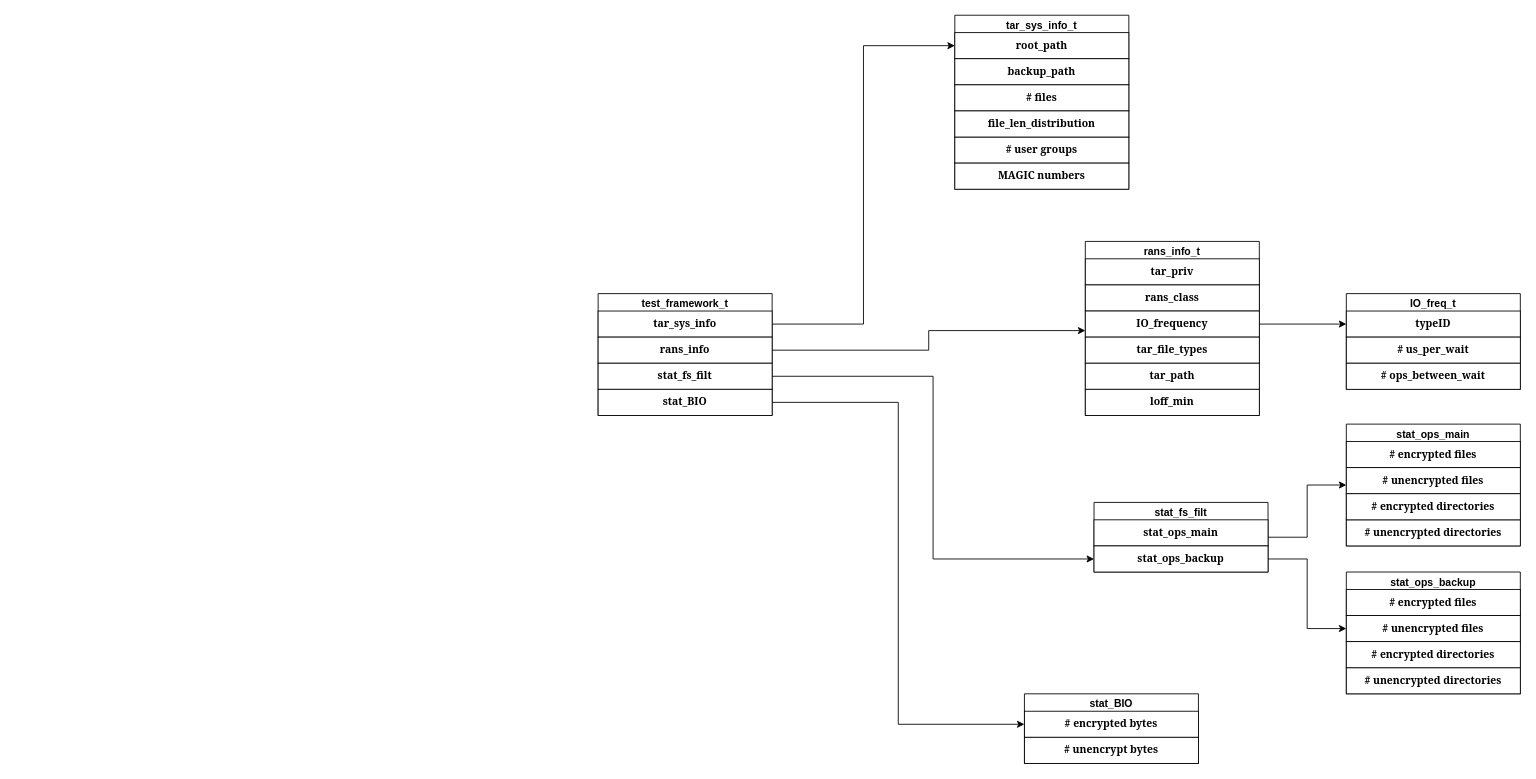
Before: imgs/data structure.drawio in MooMooHorse/ransomware_set, a draw.io diagram. Source tidied: cells renumbered, new cells numbered last; positions are measured from the earlier drawing's top-left corner, leaving out a move shared by most shapes. Both pictures are drawn from the tidied source at 87%, with x=0, y=0 at pixel (598, 15).
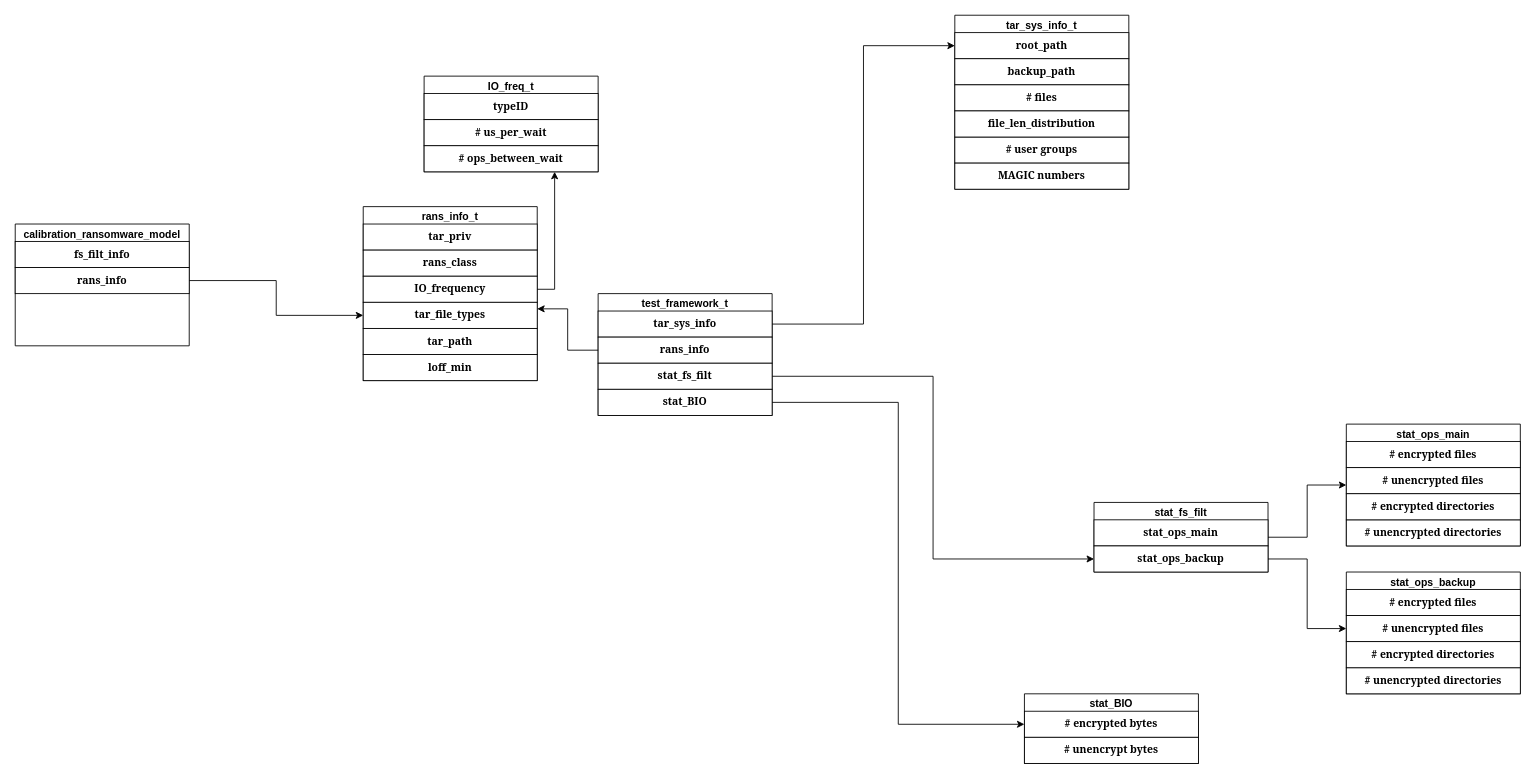
After the change.

Unchanged cells that the change refers to:
```xml
<mxCell id="4" value="&lt;font face=&quot;Georgia&quot;&gt;&lt;b&gt;rans_info&lt;/b&gt;&lt;/font&gt;" style="whiteSpace=wrap;html=1;" parent="2" vertex="1">
  <mxGeometry y="50" width="200" height="30" as="geometry" />
</mxCell>
<mxCell id="18" value="&lt;font face=&quot;Georgia&quot;&gt;&lt;b&gt;IO_frequency&lt;/b&gt;&lt;/font&gt;" style="whiteSpace=wrap;html=1;" parent="15" vertex="1">
  <mxGeometry y="80" width="200" height="30" as="geometry" />
</mxCell>
<mxCell id="19" value="&lt;font face=&quot;Georgia&quot;&gt;&lt;b&gt;tar_file_types&lt;/b&gt;&lt;/font&gt;" style="whiteSpace=wrap;html=1;" parent="15" vertex="1">
  <mxGeometry y="110" width="200" height="30" as="geometry" />
</mxCell>
<mxCell id="39" value="&lt;font face=&quot;Georgia&quot;&gt;&lt;b&gt;typeID&lt;/b&gt;&lt;/font&gt;" style="whiteSpace=wrap;html=1;" parent="38" vertex="1">
  <mxGeometry y="20" width="200" height="30" as="geometry" />
</mxCell>
<mxCell id="41" value="&lt;font face=&quot;Georgia&quot;&gt;&lt;b&gt;# ops_between_wait&lt;/b&gt;&lt;/font&gt;" style="whiteSpace=wrap;html=1;" parent="38" vertex="1">
  <mxGeometry y="80" width="200" height="30" as="geometry" />
</mxCell>
```

What changed in the source:
```diff
@@
     <mxCell id="15" value="rans_info_t" style="swimlane;whiteSpace=wrap;html=1;" parent="1" vertex="1">
-      <mxGeometry x="560" y="260" width="200" height="200" as="geometry" />
+      <mxGeometry x="-270" y="220" width="200" height="200" as="geometry" />
     </mxCell>
@@
-    <mxCell id="22" style="edgeStyle=orthogonalEdgeStyle;rounded=0;jettySize=auto;html=1;exitX=1;exitY=0.5;exitDx=0;exitDy=0;entryX=0;entryY=0.75;entryDx=0;entryDy=0;" parent="1" edge="1" source="4" target="18">
+    <mxCell id="22" style="edgeStyle=orthogonalEdgeStyle;rounded=0;jettySize=auto;html=1;exitX=0;exitY=0.5;exitDx=0;exitDy=0;entryX=1;entryY=0.25;entryDx=0;entryDy=0;" parent="1" edge="1" source="4" target="19">
       <mxGeometry relative="1" as="geometry" />
     </mxCell>
@@
     <mxCell id="38" value="IO_freq_t" style="swimlane;whiteSpace=wrap;html=1;startSize=23;" parent="1" vertex="1">
-      <mxGeometry x="860" y="320" width="200" height="110" as="geometry" />
+      <mxGeometry x="-200" y="70" width="200" height="110" as="geometry" />
     </mxCell>
@@
-    <mxCell id="42" style="edgeStyle=orthogonalEdgeStyle;rounded=0;jettySize=auto;html=1;exitX=1;exitY=0.5;exitDx=0;exitDy=0;" parent="1" edge="1" source="18" target="39">
+    <mxCell id="42" style="edgeStyle=orthogonalEdgeStyle;rounded=0;jettySize=auto;html=1;exitX=1;exitY=0.5;exitDx=0;exitDy=0;entryX=0.75;entryY=1;entryDx=0;entryDy=0;" parent="1" edge="1" source="18" target="41">
       <mxGeometry relative="1" as="geometry" />
     </mxCell>
@@
+    <mxCell id="48" value="calibration_ransomware_model" style="swimlane;whiteSpace=wrap;html=1;" parent="1" vertex="1">
+      <mxGeometry x="-670" y="240" width="200" height="140" as="geometry" />
+    </mxCell>
+    <mxCell id="49" value="&lt;font face=&quot;Georgia&quot;&gt;&lt;b&gt;fs_filt_info&lt;/b&gt;&lt;/font&gt;" style="whiteSpace=wrap;html=1;" parent="48" vertex="1">
+      <mxGeometry y="20" width="200" height="30" as="geometry" />
+    </mxCell>
+    <mxCell id="50" value="&lt;font face=&quot;Georgia&quot;&gt;&lt;b&gt;rans_info&lt;/b&gt;&lt;/font&gt;" style="whiteSpace=wrap;html=1;" parent="48" vertex="1">
+      <mxGeometry y="50" width="200" height="30" as="geometry" />
+    </mxCell>
+    <mxCell id="51" style="edgeStyle=orthogonalEdgeStyle;rounded=0;jettySize=auto;html=1;exitX=1;exitY=0.5;exitDx=0;exitDy=0;entryX=0;entryY=0.5;entryDx=0;entryDy=0;" parent="1" edge="1" source="50" target="19">
+      <mxGeometry relative="1" as="geometry" />
+    </mxCell>
```
